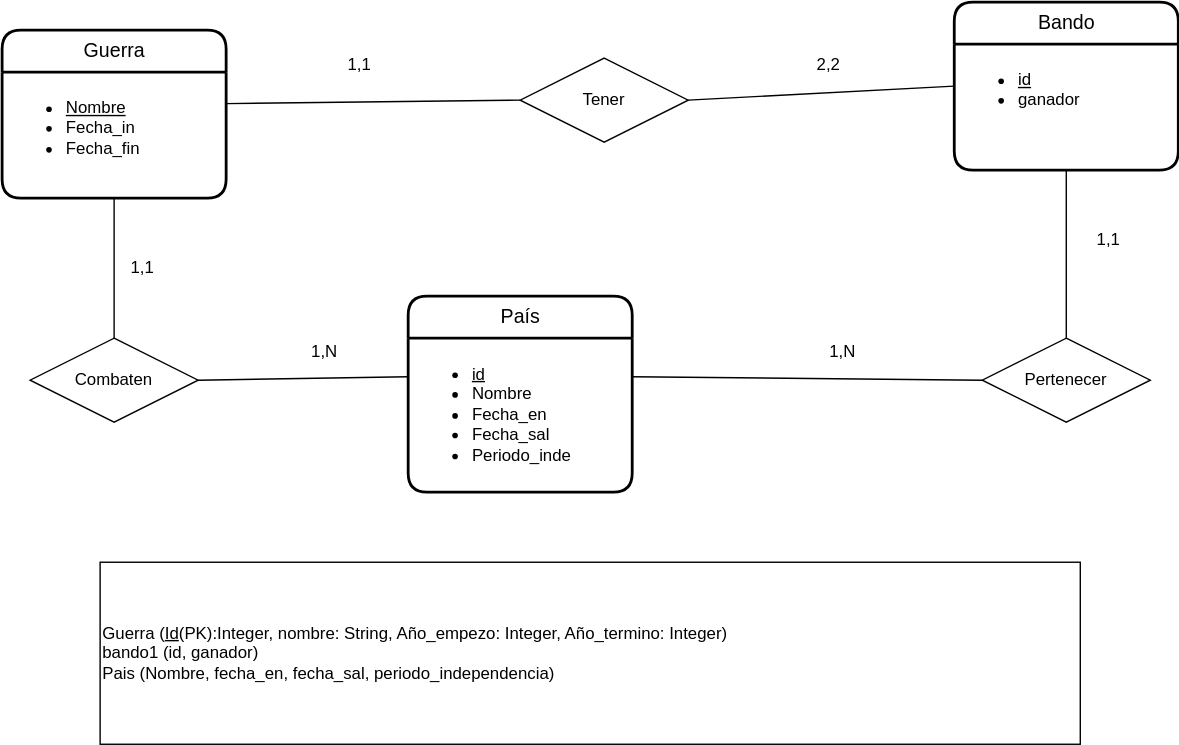
Above: UD12-04.svg in Jimxx22/C3-UD11-UML (draw.io), before the change. Source tidied: cells renumbered, new cells last; positions are measured from the earlier drawing's top-left corner, leaving out a move shared by most shapes.
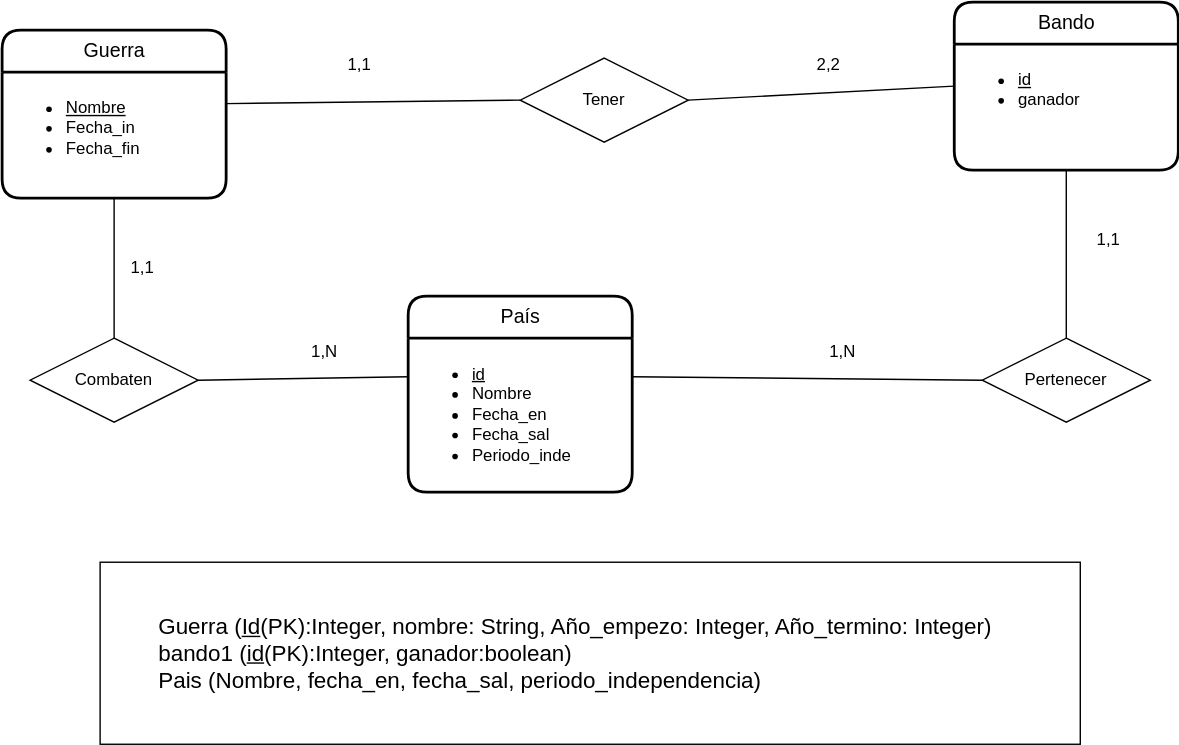
Later version of the same file.

What changed in the source:
```diff
@@ -65,7 +65,7 @@
     <mxCell id="22" value="1,N" style="text;html=1;align=center;verticalAlign=middle;strokeColor=none;fillColor=none;" parent="1" vertex="1">
       <mxGeometry x="580" y="235" width="40" height="30" as="geometry" />
     </mxCell>
-    <mxCell id="23" value="&lt;div&gt;Guerra (&lt;u&gt;Id&lt;/u&gt;(PK):Integer, nombre: String, Año_empezo: Integer, Año_termino: Integer)&lt;/div&gt;&lt;div&gt;bando1 (id, ganador)&lt;/div&gt;&lt;div&gt;Pais (Nombre, fecha_en, fecha_sal, periodo_independencia)&lt;/div&gt;" style="rounded=0;whiteSpace=wrap;html=1;align=left;" parent="1" vertex="1">
+    <mxCell id="23" value="&lt;blockquote style=&quot;margin: 0 0 0 40px; border: none; padding: 0px;&quot;&gt;&lt;div style=&quot;font-size: 16px;&quot;&gt;&lt;font style=&quot;font-size: 16px;&quot;&gt;Guerra (&lt;u style=&quot;&quot;&gt;Id&lt;/u&gt;(PK):Integer, nombre: String, Año_empezo: Integer, Año_termino: Integer)&lt;/font&gt;&lt;/div&gt;&lt;div style=&quot;font-size: 16px;&quot;&gt;&lt;font style=&quot;font-size: 16px;&quot;&gt;bando1 (&lt;u&gt;id&lt;/u&gt;(PK):Integer, ganador:boolean)&lt;/font&gt;&lt;/div&gt;&lt;div style=&quot;font-size: 16px;&quot;&gt;&lt;font style=&quot;font-size: 16px;&quot;&gt;Pais (Nombre, fecha_en, fecha_sal, periodo_independencia)&lt;/font&gt;&lt;/div&gt;&lt;/blockquote&gt;" style="rounded=0;whiteSpace=wrap;html=1;align=left;" parent="1" vertex="1">
       <mxGeometry x="70" y="400" width="700" height="130" as="geometry" />
     </mxCell>
   </root>
```
